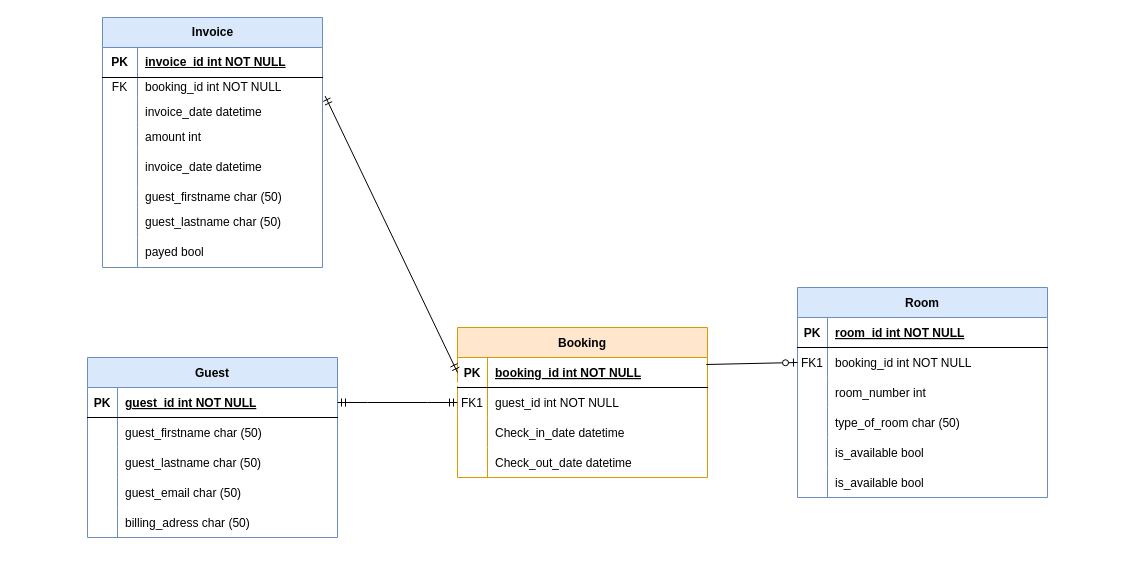
This is AbdiHotelConsole/ExtraFIles/Hotell ERD.drawio from abd1rahmann/HotelElmi, a draw.io file, before an edit. Source tidied: cells renumbered, new cells numbered last; positions are measured from the earlier drawing's top-left corner, leaving out a move shared by most shapes. Both pictures are drawn from the tidied source at 100%, with x=0, y=0 at pixel (87, 17).
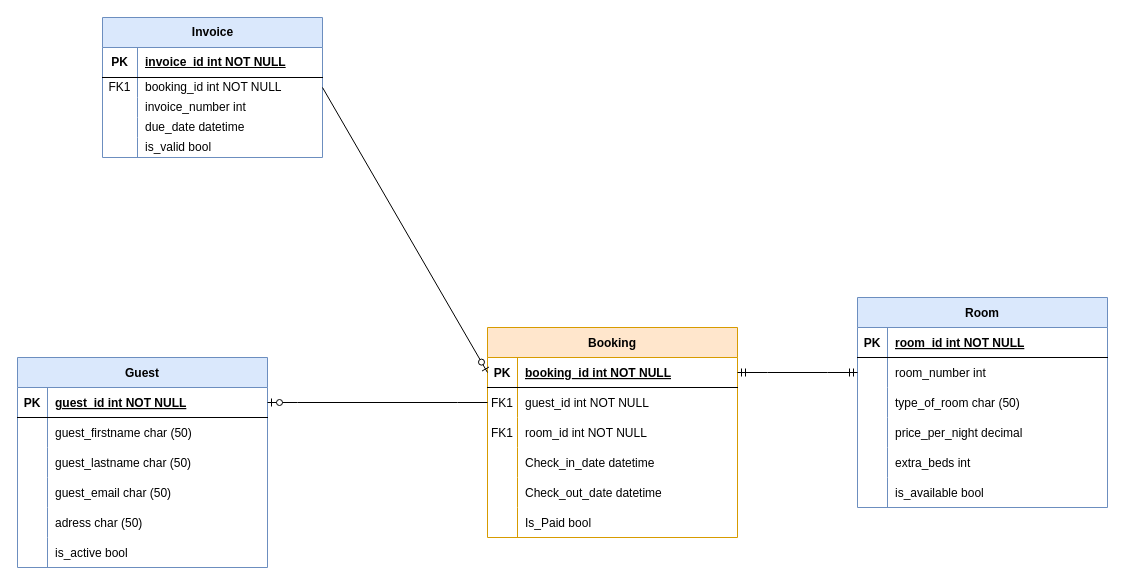
The same page after the edit.

Unchanged cells that the change refers to:
```xml
<mxCell id="3" style="shape=partialRectangle;fillColor=none;points=[[0,0.5],[1,0.5]];portConstraint=eastwest;top=0;left=0;right=0;bottom=1;" parent="2" vertex="1">
  <mxGeometry y="30" width="250" height="30" as="geometry" />
</mxCell>
<mxCell id="35" style="shape=partialRectangle;fillColor=none;points=[[0,0.5],[1,0.5]];portConstraint=eastwest;top=0;left=0;right=0;bottom=1;" parent="34" vertex="1">
  <mxGeometry y="30" width="250" height="30" as="geometry" />
</mxCell>
<mxCell id="47" style="shape=partialRectangle;fillColor=none;top=0;left=0;right=0;bottom=0;" parent="34" vertex="1">
  <mxGeometry y="150" width="250" height="30" as="geometry" />
</mxCell>
<mxCell id="54" style="shape=tableRow;horizontal=0;startSize=0;swimlaneHead=0;swimlaneBody=0;fillColor=none;points=[[0,0.5],[1,0.5]];portConstraint=eastwest;top=0;left=0;right=0;bottom=0;" parent="50" vertex="1">
  <mxGeometry y="60" width="220" height="20" as="geometry" />
</mxCell>
```

Diff of the diagram source:
```diff
@@
     <mxCell id="2" value="Booking" style="shape=table;startSize=30;childLayout=tableLayout;rowLines=0;fontStyle=1;align=center;fillColor=#ffe6cc;strokeColor=#d79b00;" parent="1" vertex="1">
-      <mxGeometry x="370" y="310" width="250" height="150" as="geometry" />
+      <mxGeometry x="400" y="310" width="250" height="210" as="geometry" />
     </mxCell>
@@
+    <mxCell id="19" style="shape=partialRectangle;fillColor=none;points=[[0,0.5],[1,0.5]];portConstraint=eastwest;top=0;left=0;right=0;bottom=0;" parent="2" vertex="1">
+      <mxGeometry y="60" width="250" height="30" as="geometry" />
+    </mxCell>
+    <mxCell id="20" value="FK1" style="shape=partialRectangle;overflow=hidden;fillColor=none;top=0;left=0;bottom=0;right=0;" parent="19" vertex="1">
+      <mxGeometry width="30" height="30" as="geometry" />
+    </mxCell>
+    <mxCell id="79" value="guest_id int NOT NULL" style="shape=partialRectangle;overflow=hidden;fillColor=none;top=0;left=0;bottom=0;right=0;align=left;spacingLeft=6;" parent="19" vertex="1">
+      <mxGeometry x="30" width="220" height="30" as="geometry" />
+    </mxCell>
     <mxCell id="6" style="shape=partialRectangle;fillColor=none;points=[[0,0.5],[1,0.5]];portConstraint=eastwest;top=0;left=0;right=0;bottom=0;" parent="2" vertex="1">
-      <mxGeometry y="60" width="250" height="30" as="geometry" />
+      <mxGeometry y="90" width="250" height="30" as="geometry" />
     </mxCell>
@@
-    <mxCell id="8" value="guest_id int NOT NULL" style="shape=partialRectangle;overflow=hidden;fillColor=none;top=0;left=0;bottom=0;right=0;align=left;spacingLeft=6;" parent="6" vertex="1">
+    <mxCell id="8" value="room_id int NOT NULL" style="shape=partialRectangle;overflow=hidden;fillColor=none;top=0;left=0;bottom=0;right=0;align=left;spacingLeft=6;" parent="6" vertex="1">
       <mxGeometry x="30" width="220" height="30" as="geometry" />
     </mxCell>
     <mxCell id="9" style="shape=partialRectangle;fillColor=none;top=0;left=0;right=0;bottom=0;" parent="2" vertex="1">
-      <mxGeometry y="90" width="250" height="30" as="geometry" />
+      <mxGeometry y="120" width="250" height="30" as="geometry" />
     </mxCell>
@@
+    <mxCell id="80" style="shape=partialRectangle;fillColor=none;top=0;left=0;right=0;bottom=0;" parent="2" vertex="1">
+      <mxGeometry y="150" width="250" height="30" as="geometry" />
+    </mxCell>
+    <mxCell id="81" style="shape=partialRectangle;overflow=hidden;fillColor=none;top=0;left=0;bottom=0;right=0;" parent="80" vertex="1">
+      <mxGeometry width="30" height="30" as="geometry" />
+    </mxCell>
+    <mxCell id="82" value="Check_out_date datetime" style="shape=partialRectangle;overflow=hidden;fillColor=none;top=0;left=0;bottom=0;right=0;align=left;spacingLeft=6;" parent="80" vertex="1">
+      <mxGeometry x="30" width="220" height="30" as="geometry" />
+    </mxCell>
     <mxCell id="12" style="shape=partialRectangle;fillColor=none;top=0;left=0;right=0;bottom=0;" parent="2" vertex="1">
-      <mxGeometry y="120" width="250" height="30" as="geometry" />
+      <mxGeometry y="180" width="250" height="30" as="geometry" />
     </mxCell>
@@
-    <mxCell id="14" value="Check_out_date datetime" style="shape=partialRectangle;overflow=hidden;fillColor=none;top=0;left=0;bottom=0;right=0;align=left;spacingLeft=6;" parent="12" vertex="1">
+    <mxCell id="14" value="Is_Paid bool" style="shape=partialRectangle;overflow=hidden;fillColor=none;top=0;left=0;bottom=0;right=0;align=left;spacingLeft=6;" parent="12" vertex="1">
       <mxGeometry x="30" width="220" height="30" as="geometry" />
     </mxCell>
     <mxCell id="15" value="Room" style="shape=table;startSize=30;childLayout=tableLayout;rowLines=0;fontStyle=1;align=center;fillColor=#dae8fc;strokeColor=#6c8ebf;" parent="1" vertex="1">
-      <mxGeometry x="710" y="270" width="250" height="210" as="geometry" />
+      <mxGeometry x="770" y="280" width="250" height="210" as="geometry" />
     </mxCell>
@@
-    <mxCell id="19" style="shape=partialRectangle;fillColor=none;points=[[0,0.5],[1,0.5]];portConstraint=eastwest;top=0;left=0;right=0;bottom=0;" parent="15" vertex="1">
-      <mxGeometry y="60" width="250" height="30" as="geometry" />
-    </mxCell>
-    <mxCell id="20" value="FK1" style="shape=partialRectangle;overflow=hidden;fillColor=none;top=0;left=0;bottom=0;right=0;" parent="19" vertex="1">
-      <mxGeometry width="30" height="30" as="geometry" />
-    </mxCell>
-    <mxCell id="21" value="booking_id int NOT NULL" style="shape=partialRectangle;overflow=hidden;fillColor=none;top=0;left=0;bottom=0;right=0;align=left;spacingLeft=6;" parent="19" vertex="1">
-      <mxGeometry x="30" width="220" height="30" as="geometry" />
-    </mxCell>
     <mxCell id="22" style="shape=partialRectangle;fillColor=none;top=0;left=0;right=0;bottom=0;" parent="15" vertex="1">
-      <mxGeometry y="90" width="250" height="30" as="geometry" />
+      <mxGeometry y="60" width="250" height="30" as="geometry" />
     </mxCell>
@@
     <mxCell id="25" style="shape=partialRectangle;fillColor=none;top=0;left=0;right=0;bottom=0;" parent="15" vertex="1">
-      <mxGeometry y="120" width="250" height="30" as="geometry" />
+      <mxGeometry y="90" width="250" height="30" as="geometry" />
     </mxCell>
@@
+    <mxCell id="83" style="shape=partialRectangle;fillColor=none;top=0;left=0;right=0;bottom=0;" parent="15" vertex="1">
+      <mxGeometry y="120" width="250" height="30" as="geometry" />
+    </mxCell>
+    <mxCell id="84" style="shape=partialRectangle;overflow=hidden;fillColor=none;top=0;left=0;bottom=0;right=0;" parent="83" vertex="1">
+      <mxGeometry width="30" height="30" as="geometry" />
+    </mxCell>
+    <mxCell id="85" value="price_per_night decimal" style="shape=partialRectangle;overflow=hidden;fillColor=none;top=0;left=0;bottom=0;right=0;align=left;spacingLeft=6;" parent="83" vertex="1">
+      <mxGeometry x="30" width="220" height="30" as="geometry" />
+    </mxCell>
+    <mxCell id="86" style="shape=partialRectangle;fillColor=none;top=0;left=0;right=0;bottom=0;" parent="15" vertex="1">
+      <mxGeometry y="150" width="250" height="30" as="geometry" />
+    </mxCell>
+    <mxCell id="87" style="shape=partialRectangle;overflow=hidden;fillColor=none;top=0;left=0;bottom=0;right=0;" parent="86" vertex="1">
+      <mxGeometry width="30" height="30" as="geometry" />
+    </mxCell>
+    <mxCell id="88" value="extra_beds int " style="shape=partialRectangle;overflow=hidden;fillColor=none;top=0;left=0;bottom=0;right=0;align=left;spacingLeft=6;" parent="86" vertex="1">
+      <mxGeometry x="30" width="220" height="30" as="geometry" />
+    </mxCell>
     <mxCell id="28" style="shape=partialRectangle;fillColor=none;top=0;left=0;right=0;bottom=0;" parent="15" vertex="1">
-      <mxGeometry y="150" width="250" height="30" as="geometry" />
+      <mxGeometry y="180" width="250" height="30" as="geometry" />
     </mxCell>
@@
-    <mxCell id="31" style="shape=partialRectangle;fillColor=none;top=0;left=0;right=0;bottom=0;" parent="15" vertex="1">
-      <mxGeometry y="180" width="250" height="30" as="geometry" />
-    </mxCell>
-    <mxCell id="32" style="shape=partialRectangle;overflow=hidden;fillColor=none;top=0;left=0;bottom=0;right=0;" parent="31" vertex="1">
-      <mxGeometry width="30" height="30" as="geometry" />
-    </mxCell>
-    <mxCell id="33" value="is_available bool" style="shape=partialRectangle;overflow=hidden;fillColor=none;top=0;left=0;bottom=0;right=0;align=left;spacingLeft=6;" parent="31" vertex="1">
-      <mxGeometry x="30" width="220" height="30" as="geometry" />
-    </mxCell>
     <mxCell id="34" value="Guest" style="shape=table;startSize=30;childLayout=tableLayout;rowLines=0;fontStyle=1;align=center;fillColor=#dae8fc;strokeColor=#6c8ebf;" parent="1" vertex="1">
-      <mxGeometry y="340" width="250" height="180" as="geometry" />
+      <mxGeometry x="-70" y="340" width="250" height="210" as="geometry" />
     </mxCell>
@@
-    <mxCell id="49" value="billing_adress char (50) " style="shape=partialRectangle;overflow=hidden;fillColor=none;top=0;left=0;bottom=0;right=0;align=left;spacingLeft=6;" parent="47" vertex="1">
+    <mxCell id="49" value="adress char (50) " style="shape=partialRectangle;overflow=hidden;fillColor=none;top=0;left=0;bottom=0;right=0;align=left;spacingLeft=6;" parent="47" vertex="1">
       <mxGeometry x="30" width="220" height="30" as="geometry" />
     </mxCell>
+    <mxCell id="31" style="shape=partialRectangle;fillColor=none;top=0;left=0;right=0;bottom=0;" parent="34" vertex="1">
+      <mxGeometry y="180" width="250" height="30" as="geometry" />
+    </mxCell>
+    <mxCell id="89" style="shape=partialRectangle;overflow=hidden;fillColor=none;top=0;left=0;bottom=0;right=0;" parent="31" vertex="1">
+      <mxGeometry width="30" height="30" as="geometry" />
+    </mxCell>
+    <mxCell id="90" value="is_active bool" style="shape=partialRectangle;overflow=hidden;fillColor=none;top=0;left=0;bottom=0;right=0;align=left;spacingLeft=6;" parent="31" vertex="1">
+      <mxGeometry x="30" width="220" height="30" as="geometry" />
+    </mxCell>
     <mxCell id="50" value="Invoice" style="shape=table;startSize=30;childLayout=tableLayout;rowLines=0;fontStyle=1;align=center;html=1;fillColor=#dae8fc;strokeColor=#6c8ebf;" parent="1" vertex="1">
-      <mxGeometry x="15" width="220" height="250" as="geometry" />
+      <mxGeometry x="15" width="220" height="140" as="geometry" />
     </mxCell>
@@
-    <mxCell id="55" value="FK" style="shape=partialRectangle;fillColor=none;top=0;left=0;bottom=0;right=0;overflow=hidden;whiteSpace=wrap;html=1;" parent="54" vertex="1">
+    <mxCell id="55" value="FK1" style="shape=partialRectangle;fillColor=none;top=0;left=0;bottom=0;right=0;overflow=hidden;whiteSpace=wrap;html=1;" parent="54" vertex="1">
       <mxGeometry width="35" height="20" as="geometry" />
     </mxCell>
@@
-    <mxCell id="57" style="shape=tableRow;horizontal=0;startSize=0;swimlaneHead=0;swimlaneBody=0;fillColor=none;top=0;left=0;right=0;bottom=0;" parent="50" vertex="1">
-      <mxGeometry y="80" width="220" height="30" as="geometry" />
-    </mxCell>
-    <mxCell id="58" style="shape=partialRectangle;fillColor=none;top=0;left=0;bottom=0;right=0;overflow=hidden;whiteSpace=wrap;html=1;" parent="57" vertex="1">
-      <mxGeometry width="35" height="30" as="geometry" />
-    </mxCell>
-    <mxCell id="59" value="invoice_date datetime" style="shape=partialRectangle;fillColor=none;top=0;left=0;bottom=0;right=0;align=left;spacingLeft=6;overflow=hidden;whiteSpace=wrap;html=1;" parent="57" vertex="1">
-      <mxGeometry x="35" width="185" height="30" as="geometry" />
-    </mxCell>
-    <mxCell id="60" style="shape=tableRow;horizontal=0;startSize=0;swimlaneHead=0;swimlaneBody=0;fillColor=none;top=0;left=0;right=0;bottom=0;" parent="50" vertex="1">
-      <mxGeometry y="110" width="220" height="20" as="geometry" />
-    </mxCell>
-    <mxCell id="61" style="shape=partialRectangle;fillColor=none;top=0;left=0;bottom=0;right=0;overflow=hidden;whiteSpace=wrap;html=1;" parent="60" vertex="1">
-      <mxGeometry width="35" height="20" as="geometry" />
-    </mxCell>
-    <mxCell id="62" value="amount int" style="shape=partialRectangle;fillColor=none;top=0;left=0;bottom=0;right=0;align=left;spacingLeft=6;overflow=hidden;whiteSpace=wrap;html=1;" parent="60" vertex="1">
-      <mxGeometry x="35" width="185" height="20" as="geometry" />
-    </mxCell>
     <mxCell id="63" style="shape=tableRow;horizontal=0;startSize=0;swimlaneHead=0;swimlaneBody=0;fillColor=none;top=0;left=0;right=0;bottom=0;" parent="50" vertex="1">
-      <mxGeometry y="130" width="220" height="40" as="geometry" />
+      <mxGeometry y="80" width="220" height="20" as="geometry" />
     </mxCell>
     <mxCell id="64" style="shape=partialRectangle;fillColor=none;top=0;left=0;bottom=0;right=0;overflow=hidden;whiteSpace=wrap;html=1;" parent="63" vertex="1">
-      <mxGeometry width="35" height="40" as="geometry" />
+      <mxGeometry width="35" height="20" as="geometry" />
     </mxCell>
-    <mxCell id="65" value="invoice_date datetime" style="shape=partialRectangle;fillColor=none;top=0;left=0;bottom=0;right=0;align=left;spacingLeft=6;overflow=hidden;whiteSpace=wrap;html=1;" parent="63" vertex="1">
-      <mxGeometry x="35" width="185" height="40" as="geometry" />
+    <mxCell id="65" value="invoice_number int" style="shape=partialRectangle;fillColor=none;top=0;left=0;bottom=0;right=0;align=left;spacingLeft=6;overflow=hidden;whiteSpace=wrap;html=1;" parent="63" vertex="1">
+      <mxGeometry x="35" width="185" height="20" as="geometry" />
     </mxCell>
-    <mxCell id="66" style="shape=tableRow;horizontal=0;startSize=0;swimlaneHead=0;swimlaneBody=0;fillColor=none;top=0;left=0;right=0;bottom=0;" parent="50" vertex="1">
-      <mxGeometry y="170" width="220" height="20" as="geometry" />
-    </mxCell>
-    <mxCell id="67" style="shape=partialRectangle;fillColor=none;top=0;left=0;bottom=0;right=0;overflow=hidden;whiteSpace=wrap;html=1;" parent="66" vertex="1">
-      <mxGeometry width="35" height="20" as="geometry" />
-    </mxCell>
-    <mxCell id="68" value="guest_firstname char (50)" style="shape=partialRectangle;fillColor=none;top=0;left=0;bottom=0;right=0;align=left;spacingLeft=6;overflow=hidden;whiteSpace=wrap;html=1;" parent="66" vertex="1">
-      <mxGeometry x="35" width="185" height="20" as="geometry" />
-    </mxCell>
-    <mxCell id="69" style="shape=tableRow;horizontal=0;startSize=0;swimlaneHead=0;swimlaneBody=0;fillColor=none;top=0;left=0;right=0;bottom=0;" parent="50" vertex="1">
-      <mxGeometry y="190" width="220" height="30" as="geometry" />
-    </mxCell>
-    <mxCell id="70" style="shape=partialRectangle;fillColor=none;top=0;left=0;bottom=0;right=0;overflow=hidden;whiteSpace=wrap;html=1;" parent="69" vertex="1">
-      <mxGeometry width="35" height="30" as="geometry" />
-    </mxCell>
-    <mxCell id="71" value="guest_lastname char (50)" style="shape=partialRectangle;fillColor=none;top=0;left=0;bottom=0;right=0;align=left;spacingLeft=6;overflow=hidden;whiteSpace=wrap;html=1;" parent="69" vertex="1">
-      <mxGeometry x="35" width="185" height="30" as="geometry" />
-    </mxCell>
-    <mxCell id="72" style="shape=tableRow;horizontal=0;startSize=0;swimlaneHead=0;swimlaneBody=0;fillColor=none;top=0;left=0;right=0;bottom=0;" parent="50" vertex="1">
-      <mxGeometry y="220" width="220" height="30" as="geometry" />
-    </mxCell>
-    <mxCell id="73" style="shape=partialRectangle;fillColor=none;top=0;left=0;bottom=0;right=0;overflow=hidden;whiteSpace=wrap;html=1;" parent="72" vertex="1">
-      <mxGeometry width="35" height="30" as="geometry" />
-    </mxCell>
-    <mxCell id="74" value="payed bool" style="shape=partialRectangle;fillColor=none;top=0;left=0;bottom=0;right=0;align=left;spacingLeft=6;overflow=hidden;whiteSpace=wrap;html=1;" parent="72" vertex="1">
-      <mxGeometry x="35" width="185" height="30" as="geometry" />
-    </mxCell>
-    <mxCell id="75" style="edgeStyle=entityRelationEdgeStyle;fontSize=12;html=1;endArrow=ERmandOne;startArrow=ERmandOne;rounded=0;exitX=1;exitY=0.5;exitDx=0;exitDy=0;entryX=0;entryY=0.5;entryDx=0;entryDy=0;" parent="1" edge="1" source="35" target="6">
-      <mxGeometry relative="1" as="geometry" />
-    </mxCell>
+    <mxCell id="91" style="shape=tableRow;horizontal=0;startSize=0;swimlaneHead=0;swimlaneBody=0;fillColor=none;top=0;left=0;right=0;bottom=0;" parent="50" vertex="1">
+      <mxGeometry y="100" width="220" height="20" as="geometry" />
+    </mxCell>
+    <mxCell id="92" style="shape=partialRectangle;fillColor=none;top=0;left=0;bottom=0;right=0;overflow=hidden;whiteSpace=wrap;html=1;" parent="91" vertex="1">
+      <mxGeometry width="35" height="20" as="geometry" />
+    </mxCell>
+    <mxCell id="93" value="due_date datetime" style="shape=partialRectangle;fillColor=none;top=0;left=0;bottom=0;right=0;align=left;spacingLeft=6;overflow=hidden;whiteSpace=wrap;html=1;" parent="91" vertex="1">
+      <mxGeometry x="35" width="185" height="20" as="geometry" />
+    </mxCell>
+    <mxCell id="94" style="shape=tableRow;horizontal=0;startSize=0;swimlaneHead=0;swimlaneBody=0;fillColor=none;top=0;left=0;right=0;bottom=0;" parent="50" vertex="1">
+      <mxGeometry y="120" width="220" height="20" as="geometry" />
+    </mxCell>
+    <mxCell id="95" style="shape=partialRectangle;fillColor=none;top=0;left=0;bottom=0;right=0;overflow=hidden;whiteSpace=wrap;html=1;" parent="94" vertex="1">
+      <mxGeometry width="35" height="20" as="geometry" />
+    </mxCell>
+    <mxCell id="96" value="is_valid bool" style="shape=partialRectangle;fillColor=none;top=0;left=0;bottom=0;right=0;align=left;spacingLeft=6;overflow=hidden;whiteSpace=wrap;html=1;" parent="94" vertex="1">
+      <mxGeometry x="35" width="185" height="20" as="geometry" />
+    </mxCell>
     <mxCell id="76" style="fontSize=12;html=1;endArrow=ERzeroToOne;endFill=1;rounded=0;entryX=0;entryY=0.5;entryDx=0;entryDy=0;exitX=0;exitY=0.5;exitDx=0;exitDy=0;strokeColor=none;" parent="1" edge="1" target="3">
       <mxGeometry relative="1" as="geometry">
         <mxPoint x="350" y="450" as="sourcePoint" />
+        <Array as="points">
+          <mxPoint x="350" y="440" />
+        </Array>
       </mxGeometry>
     </mxCell>
-    <mxCell id="77" style="fontSize=12;html=1;endArrow=ERzeroToOne;endFill=1;rounded=0;exitX=0.995;exitY=0.233;exitDx=0;exitDy=0;exitPerimeter=0;entryX=0;entryY=0.5;entryDx=0;entryDy=0;" parent="1" edge="1" source="3" target="19">
-      <mxGeometry relative="1" as="geometry" />
-    </mxCell>
+    <mxCell id="97" style="edgeStyle=entityRelationEdgeStyle;fontSize=12;html=1;endArrow=ERmandOne;startArrow=ERmandOne;rounded=0;entryX=0;entryY=0.5;entryDx=0;entryDy=0;exitX=1;exitY=0.5;exitDx=0;exitDy=0;" parent="1" edge="1" source="3">
+      <mxGeometry relative="1" as="geometry">
+        <mxPoint x="770" y="355" as="targetPoint" />
+      </mxGeometry>
+    </mxCell>
+    <mxCell id="98" style="edgeStyle=entityRelationEdgeStyle;fontSize=12;html=1;endArrow=ERzeroToOne;endFill=1;rounded=0;exitX=0;exitY=0.5;exitDx=0;exitDy=0;entryX=1;entryY=0.5;entryDx=0;entryDy=0;" parent="1" edge="1" source="19" target="35">
+      <mxGeometry relative="1" as="geometry" />
+    </mxCell>
-    <mxCell id="78" style="fontSize=12;html=1;endArrow=ERmandOne;startArrow=ERmandOne;rounded=0;exitX=1.012;exitY=0.93;exitDx=0;exitDy=0;exitPerimeter=0;entryX=0;entryY=0.5;entryDx=0;entryDy=0;" parent="1" edge="1" source="54" target="3">
+    <mxCell id="78" style="fontSize=12;html=1;endArrow=ERzeroToOne;endFill=1;rounded=0;exitX=1;exitY=0.5;exitDx=0;exitDy=0;entryX=0;entryY=0.5;entryDx=0;entryDy=0;" parent="1" edge="1" source="54" target="3">
       <mxGeometry relative="1" as="geometry" />
     </mxCell>
```
